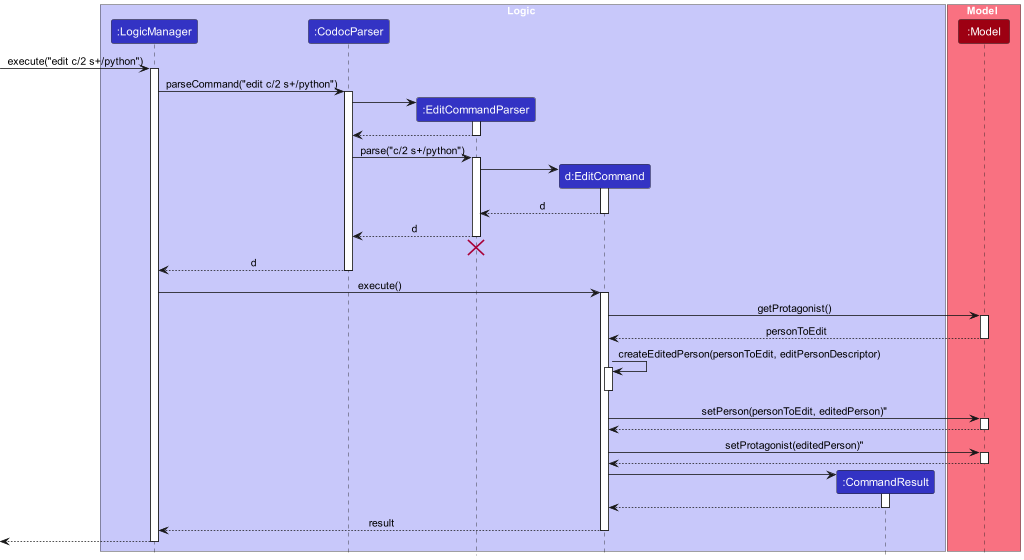
Earlier version of the PlantUML export docs/images/EditSequenceDiagram.png (nus-cs2103-AY2223S2/tp).
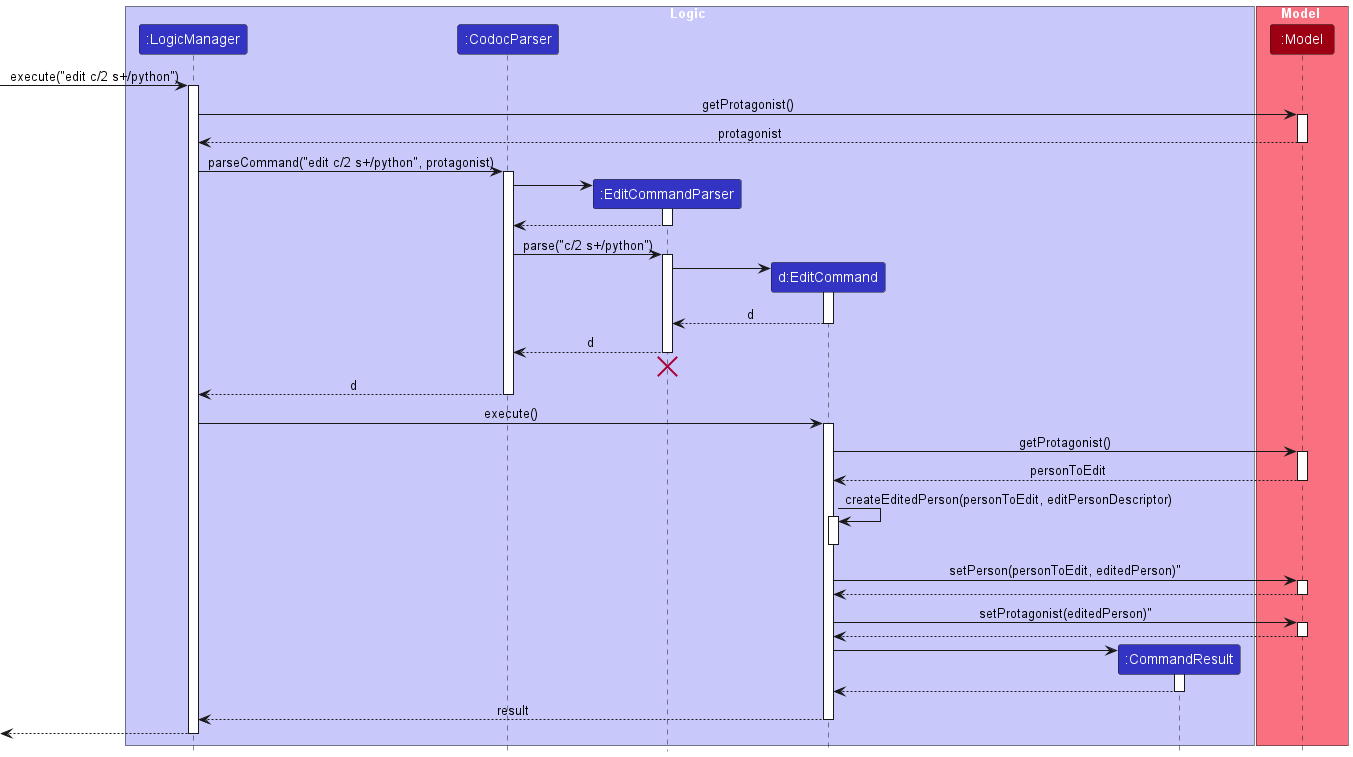
After the commit.

Diff of the diagram source:
```diff
@@ -16,7 +16,13 @@
 [-> LogicManager : execute("edit c/2 s+/python")
 activate LogicManager
 
-LogicManager -> CodocParser : parseCommand("edit c/2 s+/python")
+LogicManager -> Model : getProtagonist()
+activate Model
+
+Model --> LogicManager : protagonist
+deactivate Model
+
+LogicManager -> CodocParser : parseCommand("edit c/2 s+/python", protagonist)
 activate CodocParser
 
 create EditCommandParser
```
